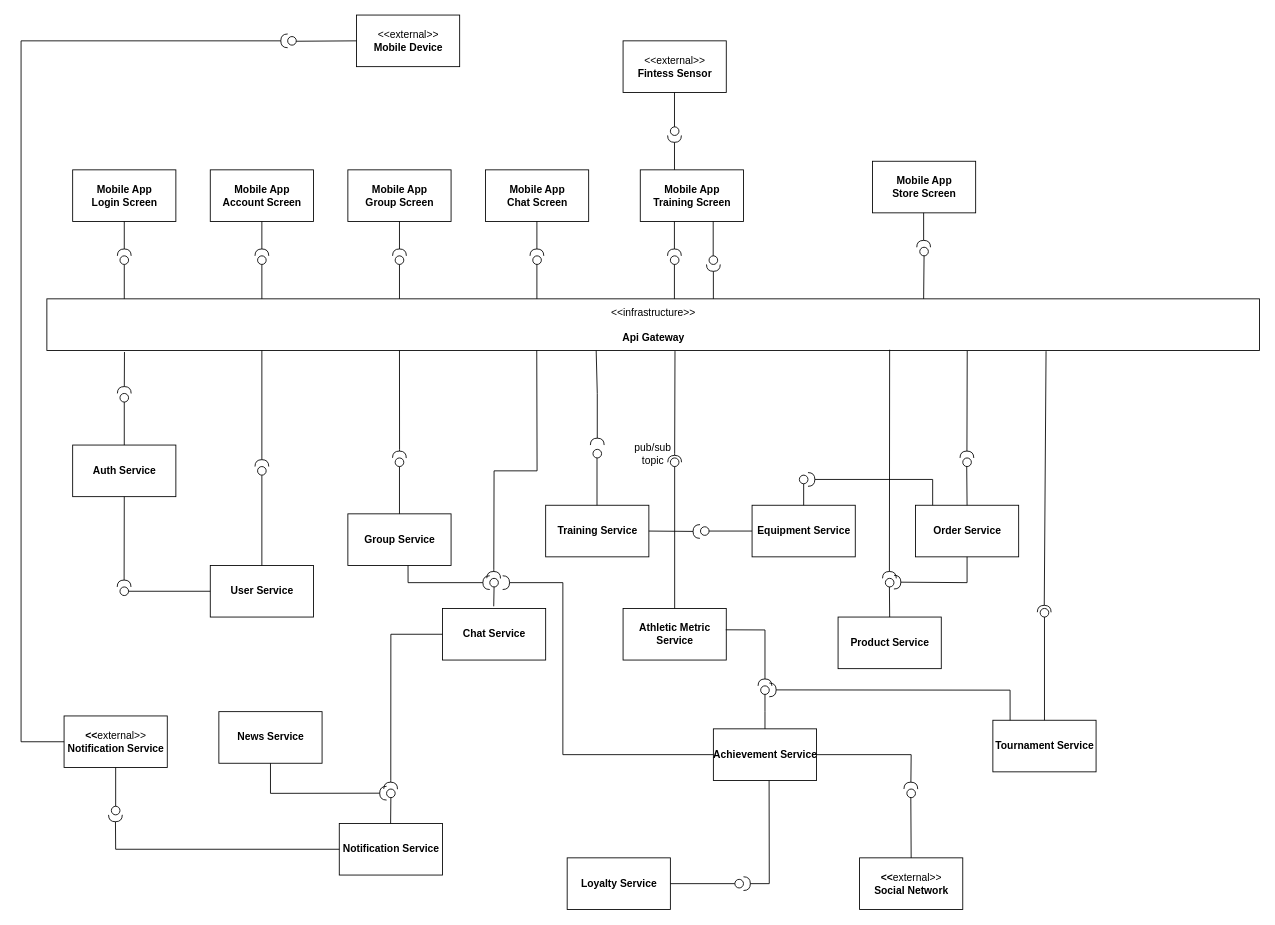
Before: views/functional.drawio in ariverrun/coursework, a draw.io diagram. Source tidied: cells renumbered, new cells numbered last; positions are measured from the earlier drawing's top-left corner, leaving out a move shared by most shapes. Both pictures are drawn from the tidied source at 86%, with x=0, y=0 at pixel (21, 15).
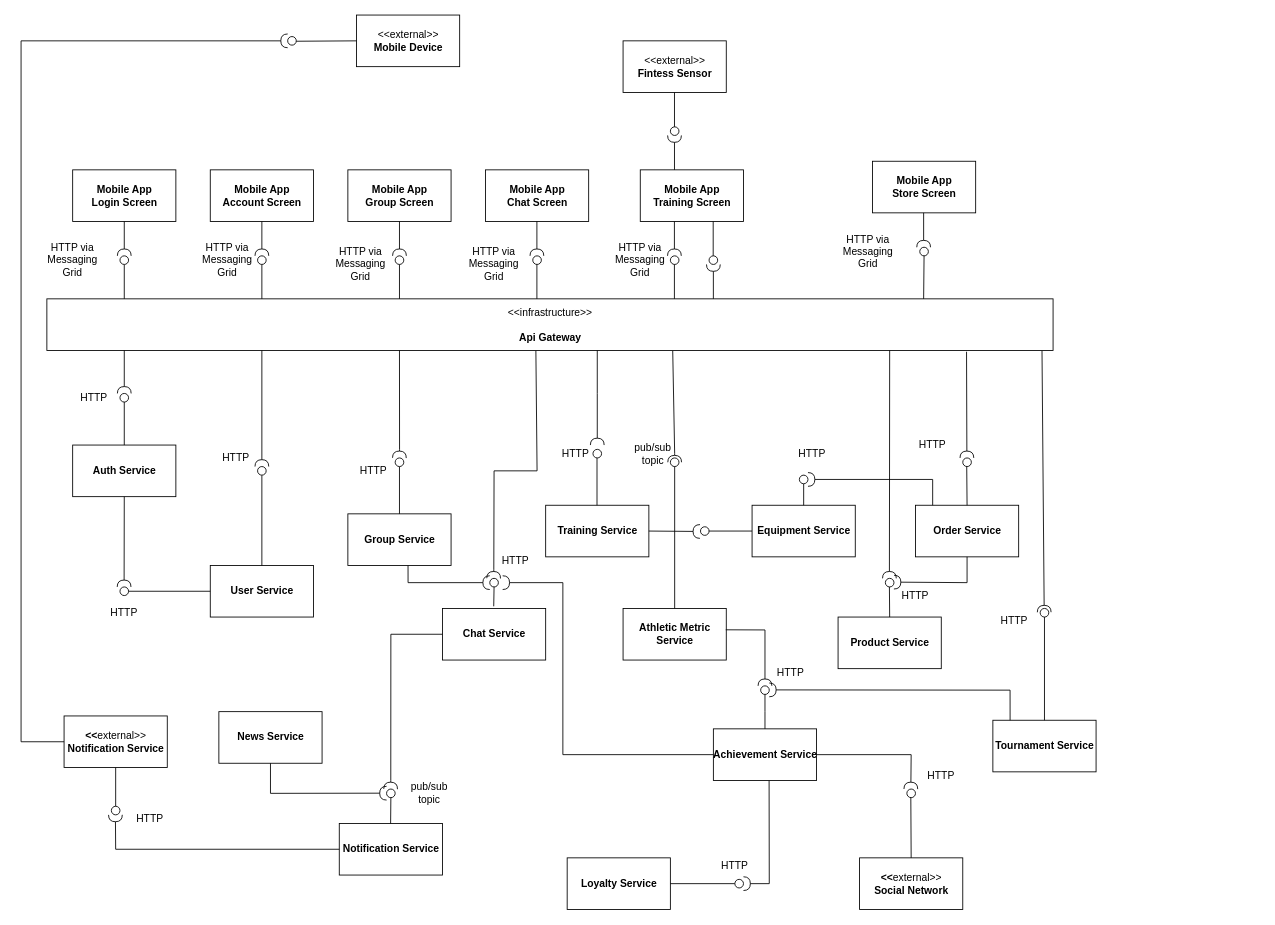
The same diagram, later.

Commit message (it also covers changes not shown here):
functional view with protocols

Unchanged cells that the change refers to:
```xml
<mxCell id="8" style="ellipse;whiteSpace=wrap;html=1;align=center;points=[];outlineConnect=0;sketch=0;" parent="1" vertex="1">
  <mxGeometry x="115" y="440" width="10" height="10" as="geometry" />
</mxCell>
```

What changed in the source:
```diff
@@
     <mxCell id="3" value="&amp;lt;&amp;lt;infrastructure&amp;gt;&amp;gt;&lt;br&gt;&lt;br&gt;&lt;b&gt;Api Gateway&lt;/b&gt;" style="html=1;align=center;verticalAlign=middle;dashed=0;" parent="1" vertex="1">
-      <mxGeometry x="30" y="330" width="1410" height="60" as="geometry" />
+      <mxGeometry x="30" y="330" width="1170" height="60" as="geometry" />
     </mxCell>
@@
-    <mxCell id="10" style="rounded=0;jettySize=auto;html=1;endArrow=halfCircle;endFill=0;endSize=6;strokeWidth=1;sketch=0;exitX=0.064;exitY=1.03;exitDx=0;exitDy=0;exitPerimeter=0;" parent="1" edge="1" source="3" target="8">
-      <mxGeometry relative="1" as="geometry" />
+    <mxCell id="10" style="rounded=0;jettySize=auto;html=1;endArrow=halfCircle;endFill=0;endSize=6;strokeWidth=1;sketch=0;" parent="1" edge="1" target="8">
+      <mxGeometry relative="1" as="geometry">
+        <mxPoint x="120" y="390" as="sourcePoint" />
+      </mxGeometry>
     </mxCell>
@@
-    <mxCell id="50" style="rounded=0;jettySize=auto;html=1;endArrow=halfCircle;endFill=0;endSize=6;strokeWidth=1;sketch=0;exitX=0.453;exitY=1.004;exitDx=0;exitDy=0;exitPerimeter=0;" parent="1" edge="1" source="3">
+    <mxCell id="50" style="rounded=0;orthogonalLoop=1;jettySize=auto;html=1;endArrow=halfCircle;endFill=0;endSize=6;strokeWidth=1;sketch=0;" parent="1" edge="1">
       <mxGeometry relative="1" as="geometry">
+        <mxPoint x="670" y="390" as="sourcePoint" />
         <mxPoint x="670" y="500" as="targetPoint" />
         <Array as="points">
           <mxPoint x="670" y="440" />
         </Array>
       </mxGeometry>
     </mxCell>
@@
-    <mxCell id="52" style="rounded=0;jettySize=auto;html=1;endArrow=halfCircle;endFill=0;endSize=6;strokeWidth=1;sketch=0;exitX=0.518;exitY=1.012;exitDx=0;exitDy=0;exitPerimeter=0;" parent="1" edge="1" source="3">
+    <mxCell id="52" style="rounded=0;jettySize=auto;html=1;endArrow=halfCircle;endFill=0;endSize=6;strokeWidth=1;sketch=0;exitX=0.622;exitY=1.008;exitDx=0;exitDy=0;exitPerimeter=0;" parent="1" edge="1" source="3">
       <mxGeometry relative="1" as="geometry">
         <mxPoint x="760" y="520" as="targetPoint" />
         <Array as="points">
           <mxPoint x="760" y="510" />
         </Array>
       </mxGeometry>
     </mxCell>
@@
-    <mxCell id="91" style="rounded=0;jettySize=auto;html=1;endArrow=halfCircle;endFill=0;endSize=6;strokeWidth=1;sketch=0;exitX=0.759;exitY=1.01;exitDx=0;exitDy=0;exitPerimeter=0;" parent="1" edge="1" source="3">
+    <mxCell id="91" style="rounded=0;jettySize=auto;html=1;endArrow=halfCircle;endFill=0;endSize=6;strokeWidth=1;sketch=0;exitX=0.914;exitY=1.025;exitDx=0;exitDy=0;exitPerimeter=0;" parent="1" edge="1" source="3">
       <mxGeometry relative="1" as="geometry">
         <mxPoint x="1099.8" y="515" as="targetPoint" />
         <Array as="points">
           <mxPoint x="1099.8" y="515" />
         </Array>
       </mxGeometry>
     </mxCell>
-    <mxCell id="92" style="rounded=0;jettySize=auto;html=1;endArrow=halfCircle;endFill=0;endSize=6;strokeWidth=1;sketch=0;exitX=0.695;exitY=0.986;exitDx=0;exitDy=0;exitPerimeter=0;" parent="1" edge="1" source="3">
+    <mxCell id="92" style="rounded=0;orthogonalLoop=1;jettySize=auto;html=1;endArrow=halfCircle;endFill=0;endSize=6;strokeWidth=1;sketch=0;" parent="1" edge="1">
       <mxGeometry relative="1" as="geometry">
+        <mxPoint x="1010" y="390" as="sourcePoint" />
         <mxPoint x="1009.7" y="655" as="targetPoint" />
         <Array as="points">
           <mxPoint x="1009.7" y="655" />
         </Array>
       </mxGeometry>
     </mxCell>
@@
-    <mxCell id="103" style="rounded=0;jettySize=auto;html=1;endArrow=halfCircle;endFill=0;endSize=6;strokeWidth=1;sketch=0;exitX=0.824;exitY=1.014;exitDx=0;exitDy=0;exitPerimeter=0;" parent="1" edge="1" source="3">
+    <mxCell id="103" style="rounded=0;jettySize=auto;html=1;endArrow=halfCircle;endFill=0;endSize=6;strokeWidth=1;sketch=0;exitX=0.989;exitY=1.008;exitDx=0;exitDy=0;exitPerimeter=0;" parent="1" edge="1" source="3">
       <mxGeometry relative="1" as="geometry">
         <mxPoint x="1189.7" y="694.4" as="targetPoint" />
         <Array as="points">
           <mxPoint x="1189.7" y="694.4" />
         </Array>
       </mxGeometry>
     </mxCell>
@@
-    <mxCell id="110" style="rounded=0;jettySize=auto;html=1;endArrow=halfCircle;endFill=0;endSize=6;strokeWidth=1;sketch=0;exitX=0.404;exitY=1;exitDx=0;exitDy=0;exitPerimeter=0;" parent="1" edge="1" source="3">
+    <mxCell id="110" style="rounded=0;jettySize=auto;html=1;endArrow=halfCircle;endFill=0;endSize=6;strokeWidth=1;sketch=0;exitX=0.486;exitY=1.006;exitDx=0;exitDy=0;exitPerimeter=0;" parent="1" edge="1" source="3">
       <mxGeometry relative="1" as="geometry">
         <mxPoint x="549.5" y="655" as="targetPoint" />
         <Array as="points">
           <mxPoint x="600" y="530" />
           <mxPoint x="550" y="530" />
           <mxPoint x="549.7" y="645" />
         </Array>
       </mxGeometry>
     </mxCell>
@@
+    <mxCell id="115" value="HTTP via&lt;br&gt;Messaging Grid" style="text;html=1;strokeColor=none;fillColor=none;align=center;verticalAlign=middle;whiteSpace=wrap;rounded=0;strokeWidth=10;" parent="1" vertex="1">
+      <mxGeometry x="30" y="270" width="60" height="30" as="geometry" />
+    </mxCell>
+    <mxCell id="116" value="HTTP via&lt;br&gt;Messaging Grid" style="text;html=1;strokeColor=none;fillColor=none;align=center;verticalAlign=middle;whiteSpace=wrap;rounded=0;strokeWidth=10;" parent="1" vertex="1">
+      <mxGeometry x="210" y="270" width="60" height="30" as="geometry" />
+    </mxCell>
+    <mxCell id="117" value="HTTP via&lt;br&gt;Messaging Grid" style="text;html=1;strokeColor=none;fillColor=none;align=center;verticalAlign=middle;whiteSpace=wrap;rounded=0;strokeWidth=10;" parent="1" vertex="1">
+      <mxGeometry x="365" y="280" width="60" height="20" as="geometry" />
+    </mxCell>
+    <mxCell id="118" value="HTTP via&lt;br&gt;Messaging Grid" style="text;html=1;strokeColor=none;fillColor=none;align=center;verticalAlign=middle;whiteSpace=wrap;rounded=0;strokeWidth=10;" parent="1" vertex="1">
+      <mxGeometry x="520" y="275" width="60" height="30" as="geometry" />
+    </mxCell>
+    <mxCell id="119" value="HTTP via&lt;br&gt;Messaging Grid" style="text;html=1;strokeColor=none;fillColor=none;align=center;verticalAlign=middle;whiteSpace=wrap;rounded=0;strokeWidth=10;" parent="1" vertex="1">
+      <mxGeometry x="690" y="270" width="60" height="30" as="geometry" />
+    </mxCell>
+    <mxCell id="120" value="HTTP via&lt;br&gt;Messaging Grid" style="text;html=1;strokeColor=none;fillColor=none;align=center;verticalAlign=middle;whiteSpace=wrap;rounded=0;strokeWidth=10;" parent="1" vertex="1">
+      <mxGeometry x="955" y="260" width="60" height="30" as="geometry" />
+    </mxCell>
+    <mxCell id="121" value="HTTP" style="text;html=1;strokeColor=none;fillColor=none;align=center;verticalAlign=middle;whiteSpace=wrap;rounded=0;strokeWidth=10;" parent="1" vertex="1">
+      <mxGeometry x="55" y="430" width="60" height="30" as="geometry" />
+    </mxCell>
+    <mxCell id="122" value="HTTP" style="text;html=1;strokeColor=none;fillColor=none;align=center;verticalAlign=middle;whiteSpace=wrap;rounded=0;strokeWidth=10;" parent="1" vertex="1">
+      <mxGeometry x="90" y="680" width="60" height="30" as="geometry" />
+    </mxCell>
+    <mxCell id="123" value="HTTP" style="text;html=1;strokeColor=none;fillColor=none;align=center;verticalAlign=middle;whiteSpace=wrap;rounded=0;strokeWidth=10;" parent="1" vertex="1">
+      <mxGeometry x="220" y="500" width="60" height="30" as="geometry" />
+    </mxCell>
+    <mxCell id="124" value="HTTP" style="text;html=1;strokeColor=none;fillColor=none;align=center;verticalAlign=middle;whiteSpace=wrap;rounded=0;strokeWidth=10;" parent="1" vertex="1">
+      <mxGeometry x="380" y="515" width="60" height="30" as="geometry" />
+    </mxCell>
+    <mxCell id="125" value="HTTP" style="text;html=1;strokeColor=none;fillColor=none;align=center;verticalAlign=middle;whiteSpace=wrap;rounded=0;strokeWidth=10;" parent="1" vertex="1">
+      <mxGeometry x="545" y="620" width="60" height="30" as="geometry" />
+    </mxCell>
+    <mxCell id="126" value="HTTP" style="text;html=1;strokeColor=none;fillColor=none;align=center;verticalAlign=middle;whiteSpace=wrap;rounded=0;strokeWidth=10;" parent="1" vertex="1">
+      <mxGeometry x="615" y="495" width="60" height="30" as="geometry" />
+    </mxCell>
+    <mxCell id="127" value="HTTP" style="text;html=1;strokeColor=none;fillColor=none;align=center;verticalAlign=middle;whiteSpace=wrap;rounded=0;strokeWidth=10;" parent="1" vertex="1">
+      <mxGeometry x="890" y="495" width="60" height="30" as="geometry" />
+    </mxCell>
+    <mxCell id="128" value="HTTP" style="text;html=1;strokeColor=none;fillColor=none;align=center;verticalAlign=middle;whiteSpace=wrap;rounded=0;strokeWidth=10;" parent="1" vertex="1">
+      <mxGeometry x="1030" y="485" width="60" height="30" as="geometry" />
+    </mxCell>
+    <mxCell id="129" value="HTTP" style="text;html=1;strokeColor=none;fillColor=none;align=center;verticalAlign=middle;whiteSpace=wrap;rounded=0;strokeWidth=10;" parent="1" vertex="1">
+      <mxGeometry x="1010" y="660" width="60" height="30" as="geometry" />
+    </mxCell>
+    <mxCell id="130" value="HTTP" style="text;html=1;strokeColor=none;fillColor=none;align=center;verticalAlign=middle;whiteSpace=wrap;rounded=0;strokeWidth=10;" parent="1" vertex="1">
+      <mxGeometry x="865" y="750" width="60" height="30" as="geometry" />
+    </mxCell>
+    <mxCell id="131" value="HTTP" style="text;html=1;strokeColor=none;fillColor=none;align=center;verticalAlign=middle;whiteSpace=wrap;rounded=0;strokeWidth=10;" parent="1" vertex="1">
+      <mxGeometry x="1040" y="870" width="60" height="30" as="geometry" />
+    </mxCell>
+    <mxCell id="132" value="HTTP" style="text;html=1;strokeColor=none;fillColor=none;align=center;verticalAlign=middle;whiteSpace=wrap;rounded=0;strokeWidth=10;" parent="1" vertex="1">
+      <mxGeometry x="800" y="975" width="60" height="30" as="geometry" />
+    </mxCell>
+    <mxCell id="133" value="HTTP" style="text;html=1;strokeColor=none;fillColor=none;align=center;verticalAlign=middle;whiteSpace=wrap;rounded=0;strokeWidth=10;" parent="1" vertex="1">
+      <mxGeometry x="1125" y="690" width="60" height="30" as="geometry" />
+    </mxCell>
+    <mxCell id="134" value="HTTP" style="text;html=1;strokeColor=none;fillColor=none;align=center;verticalAlign=middle;whiteSpace=wrap;rounded=0;strokeWidth=10;" parent="1" vertex="1">
+      <mxGeometry x="120" y="920" width="60" height="30" as="geometry" />
+    </mxCell>
+    <mxCell id="135" value="pub/sub topic" style="text;html=1;strokeColor=none;fillColor=none;align=center;verticalAlign=middle;whiteSpace=wrap;rounded=0;strokeWidth=10;" parent="1" vertex="1">
+      <mxGeometry x="445" y="890" width="60" height="30" as="geometry" />
+    </mxCell>
```
